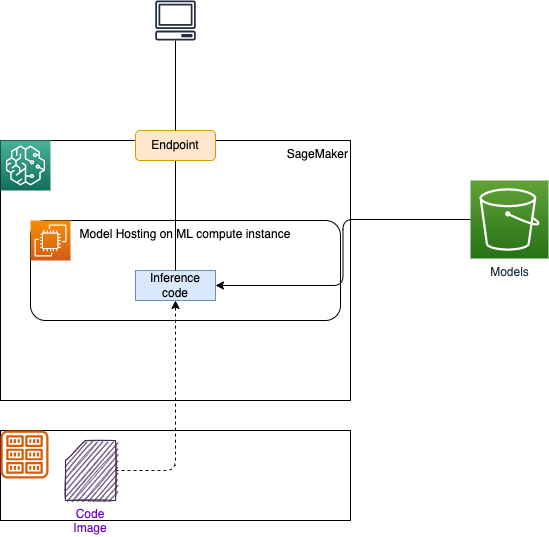
This is docs/ai-ml/diagrams/sagemaker-hosting.drawio.png from jbcodeforce/aws-studies, a draw.io export, as it was before one commit. Source tidied: cells renumbered, new cells last; positions are measured from the earlier drawing's top-left corner, leaving out a move shared by most shapes. Its diagram source:
```xml
<mxGraphModel>
  <root>
    <mxCell id="0" />
    <mxCell id="1" parent="0" />
    <mxCell id="2" value="Models" style="sketch=0;points=[[0,0,0],[0.25,0,0],[0.5,0,0],[0.75,0,0],[1,0,0],[0,1,0],[0.25,1,0],[0.5,1,0],[0.75,1,0],[1,1,0],[0,0.25,0],[0,0.5,0],[0,0.75,0],[1,0.25,0],[1,0.5,0],[1,0.75,0]];outlineConnect=0;fontColor=#232F3E;gradientColor=#60A337;gradientDirection=north;fillColor=#277116;strokeColor=#ffffff;dashed=0;verticalLabelPosition=bottom;verticalAlign=top;align=center;html=1;fontSize=12;fontStyle=0;shape=mxgraph.aws4.resourceIcon;resIcon=mxgraph.aws4.s3;" parent="1" vertex="1">
      <mxGeometry x="470" y="180" width="78" height="78" as="geometry" />
    </mxCell>
    <mxCell id="3" value="SageMaker" style="rounded=0;whiteSpace=wrap;html=1;verticalAlign=top;align=right;" parent="1" vertex="1">
      <mxGeometry y="140" width="350" height="260" as="geometry" />
    </mxCell>
    <mxCell id="4" style="sketch=0;fontColor=#232F3E;gradientColor=#4AB29A;gradientDirection=north;fillColor=#116D5B;strokeColor=#ffffff;dashed=0;verticalLabelPosition=bottom;verticalAlign=top;align=center;html=1;fontSize=12;fontStyle=0;shape=mxgraph.aws4.resourceIcon;resIcon=mxgraph.aws4.sagemaker;" parent="1" vertex="1">
      <mxGeometry y="140" width="50" height="50" as="geometry" />
    </mxCell>
    <mxCell id="5" value="Model Hosting on ML compute instance" style="rounded=1;whiteSpace=wrap;html=1;verticalAlign=top;" parent="1" vertex="1">
      <mxGeometry x="30" y="220" width="310" height="100" as="geometry" />
    </mxCell>
    <mxCell id="6" style="sketch=0;fontColor=#232F3E;gradientColor=#F78E04;gradientDirection=north;fillColor=#D05C17;strokeColor=#ffffff;dashed=0;verticalLabelPosition=bottom;verticalAlign=top;align=center;html=1;fontSize=12;fontStyle=0;shape=mxgraph.aws4.resourceIcon;resIcon=mxgraph.aws4.ec2;" parent="1" vertex="1">
      <mxGeometry x="30" y="220" width="40" height="40" as="geometry" />
    </mxCell>
    <mxCell id="7" style="edgeStyle=orthogonalEdgeStyle;html=1;entryX=0;entryY=0.5;entryDx=0;entryDy=0;entryPerimeter=0;startArrow=classic;startFill=1;endArrow=none;endFill=0;" parent="1" edge="1" source="8" target="2">
      <mxGeometry relative="1" as="geometry" />
    </mxCell>
    <mxCell id="8" value="Inference code" style="rounded=0;whiteSpace=wrap;html=1;fillColor=#dae8fc;strokeColor=#6c8ebf;" parent="1" vertex="1">
      <mxGeometry x="135" y="270" width="80" height="30" as="geometry" />
    </mxCell>
    <mxCell id="9" style="rounded=0;whiteSpace=wrap;html=1;" parent="1" vertex="1">
      <mxGeometry y="430" width="350" height="90" as="geometry" />
    </mxCell>
    <mxCell id="10" style="sketch=0;fontColor=#232F3E;gradientColor=none;fillColor=#D45B07;strokeColor=none;dashed=0;verticalLabelPosition=bottom;verticalAlign=top;align=center;html=1;fontSize=12;fontStyle=0;shape=mxgraph.aws4.registry;" parent="1" vertex="1">
      <mxGeometry y="430" width="48" height="48" as="geometry" />
    </mxCell>
    <mxCell id="11" style="edgeStyle=orthogonalEdgeStyle;html=1;fontColor=#6600CC;dashed=1;" parent="1" edge="1" source="12" target="8">
      <mxGeometry relative="1" as="geometry" />
    </mxCell>
    <mxCell id="12" value="Code Image" style="shape=card;whiteSpace=wrap;html=1;size=20;fillColor=#76608a;fontColor=#6600CC;strokeColor=#432D57;sketch=1;labelPosition=center;verticalLabelPosition=bottom;align=center;verticalAlign=top;" parent="1" vertex="1">
      <mxGeometry x="65" y="440" width="50" height="60" as="geometry" />
    </mxCell>
    <mxCell id="13" style="edgeStyle=none;html=1;entryX=0.5;entryY=0;entryDx=0;entryDy=0;startArrow=none;startFill=0;endArrow=none;endFill=0;" parent="1" edge="1" source="16" target="3">
      <mxGeometry relative="1" as="geometry" />
    </mxCell>
    <mxCell id="14" style="sketch=0;outlineConnect=0;fontColor=#232F3E;gradientColor=none;fillColor=#232F3D;strokeColor=none;dashed=0;verticalLabelPosition=bottom;verticalAlign=top;align=center;html=1;fontSize=12;fontStyle=0;shape=mxgraph.aws4.client;" parent="1" vertex="1">
      <mxGeometry x="154.5" width="41" height="40" as="geometry" />
    </mxCell>
    <mxCell id="15" style="edgeStyle=none;html=1;startArrow=none;startFill=0;endArrow=none;endFill=0;" parent="1" edge="1" source="16" target="8">
      <mxGeometry relative="1" as="geometry" />
    </mxCell>
    <mxCell id="16" value="Endpoint" style="rounded=1;whiteSpace=wrap;html=1;fillColor=#ffe6cc;strokeColor=#d79b00;" parent="1" vertex="1">
      <mxGeometry x="135" y="130" width="80" height="30" as="geometry" />
    </mxCell>
    <mxCell id="17" style="edgeStyle=none;html=1;entryX=0.5;entryY=0;entryDx=0;entryDy=0;startArrow=none;startFill=0;endArrow=none;endFill=0;" parent="1" edge="1" source="14" target="16">
      <mxGeometry relative="1" as="geometry" />
    </mxCell>
  </root>
</mxGraphModel>
```
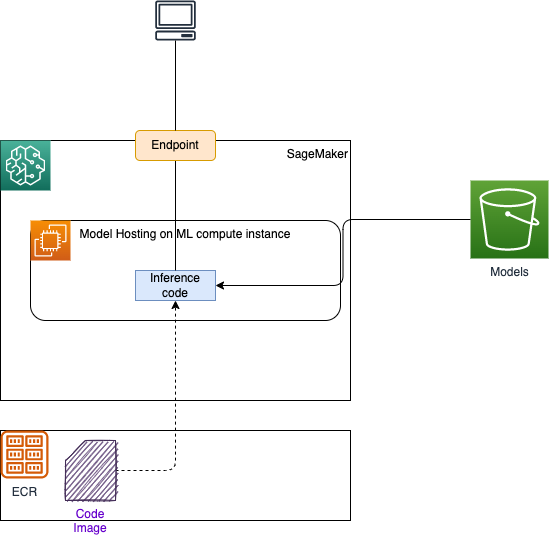
The same diagram one commit later.

What changed in the source:
```diff
@@ -26,7 +26,7 @@
     <mxCell id="9" style="rounded=0;whiteSpace=wrap;html=1;" parent="1" vertex="1">
       <mxGeometry y="430" width="350" height="90" as="geometry" />
     </mxCell>
-    <mxCell id="10" style="sketch=0;fontColor=#232F3E;gradientColor=none;fillColor=#D45B07;strokeColor=none;dashed=0;verticalLabelPosition=bottom;verticalAlign=top;align=center;html=1;fontSize=12;fontStyle=0;shape=mxgraph.aws4.registry;" parent="1" vertex="1">
+    <mxCell id="10" value="ECR" style="sketch=0;fontColor=#232F3E;gradientColor=none;fillColor=#D45B07;strokeColor=none;dashed=0;verticalLabelPosition=bottom;verticalAlign=top;align=center;html=1;fontSize=12;fontStyle=0;shape=mxgraph.aws4.registry;" parent="1" vertex="1">
       <mxGeometry y="430" width="48" height="48" as="geometry" />
     </mxCell>
     <mxCell id="11" style="edgeStyle=orthogonalEdgeStyle;html=1;fontColor=#6600CC;dashed=1;" parent="1" edge="1" source="12" target="8">
```
